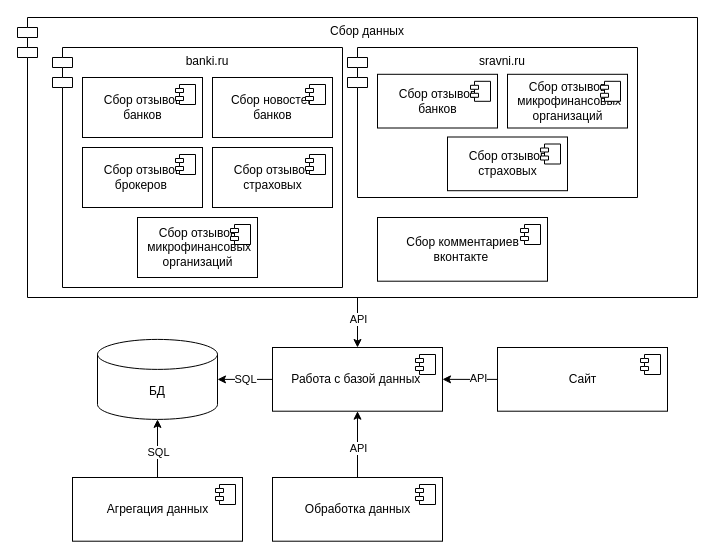
Above: page "architecture" (3 of 3) of docs/img/Diagramms.drawio.xml in dudin-george/ESG_analysis (draw.io), before the change. Source tidied: cells renumbered, new cells numbered last; positions are measured from the earlier drawing's top-left corner, leaving out a move shared by most shapes. Both pictures are drawn from the tidied source at 100%, with x=0, y=0 at pixel (17, 17).
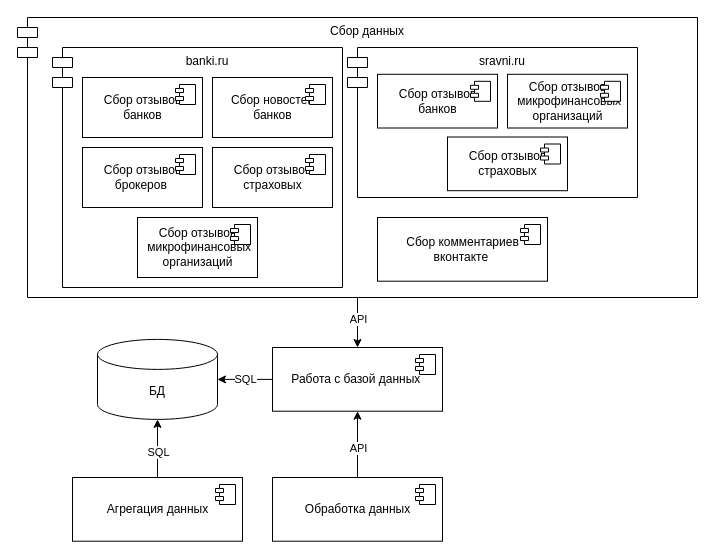
After the change.

The change refers to these unchanged cells:
```xml
<mxCell id="30" value="Работа с базой данных&amp;nbsp;" style="html=1;" parent="1" vertex="1">
  <mxGeometry x="255" y="330" width="170" height="63.7" as="geometry" />
</mxCell>
```

Change to the diagram source:
```diff
@@
-    <mxCell id="40" style="edgeStyle=orthogonalEdgeStyle;rounded=0;jettySize=auto;html=1;entryX=1;entryY=0.5;entryDx=0;entryDy=0;" parent="1" edge="1" source="42" target="30">
-      <mxGeometry relative="1" as="geometry" />
-    </mxCell>
-    <mxCell id="41" value="API" style="edgeLabel;html=1;align=center;verticalAlign=middle;" parent="40" vertex="1">
-      <mxGeometry x="-0.28" y="-1" relative="1" as="geometry" />
-    </mxCell>
-    <mxCell id="42" value="Сайт" style="html=1;" parent="1" vertex="1">
-      <mxGeometry x="480" y="330" width="170" height="63.7" as="geometry" />
-    </mxCell>
-    <mxCell id="43" style="shape=module;jettyWidth=8;jettyHeight=4;" parent="42" vertex="1">
-      <mxGeometry x="1" width="20" height="20" relative="1" as="geometry">
-        <mxPoint x="-27" y="7" as="offset" />
-      </mxGeometry>
-    </mxCell>
```
